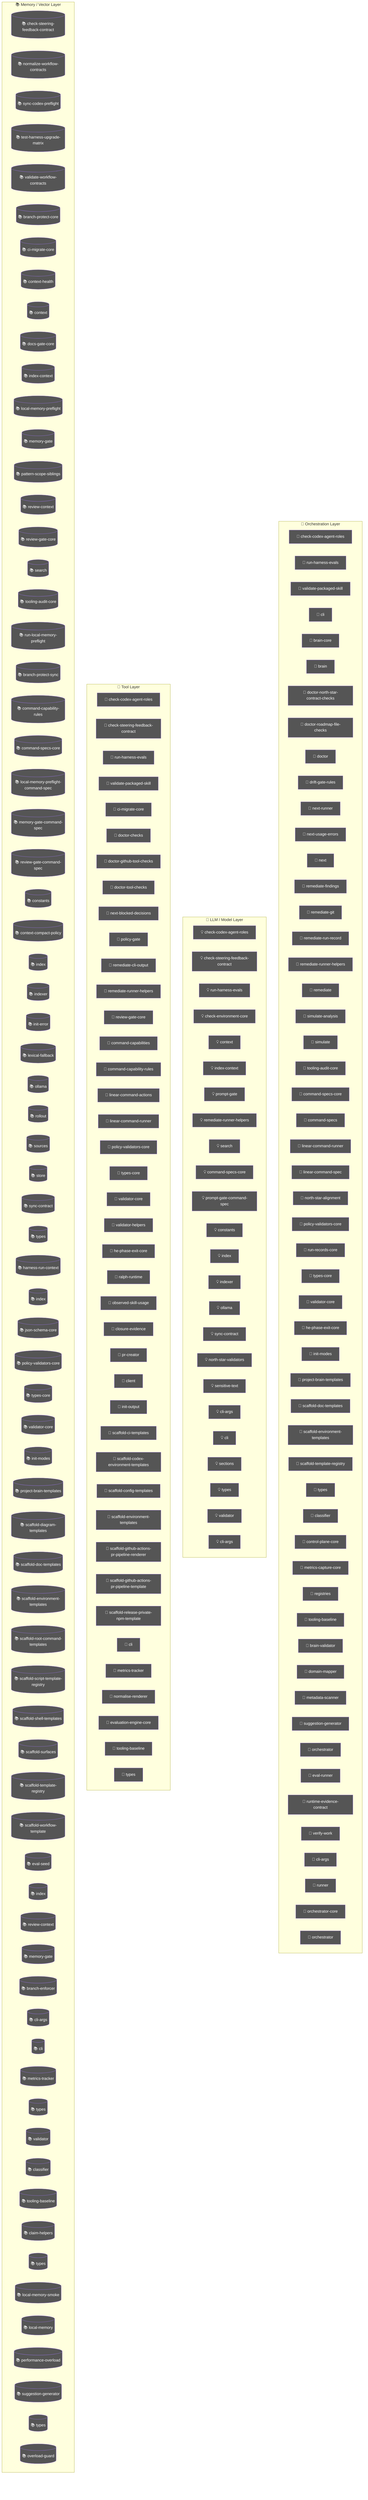
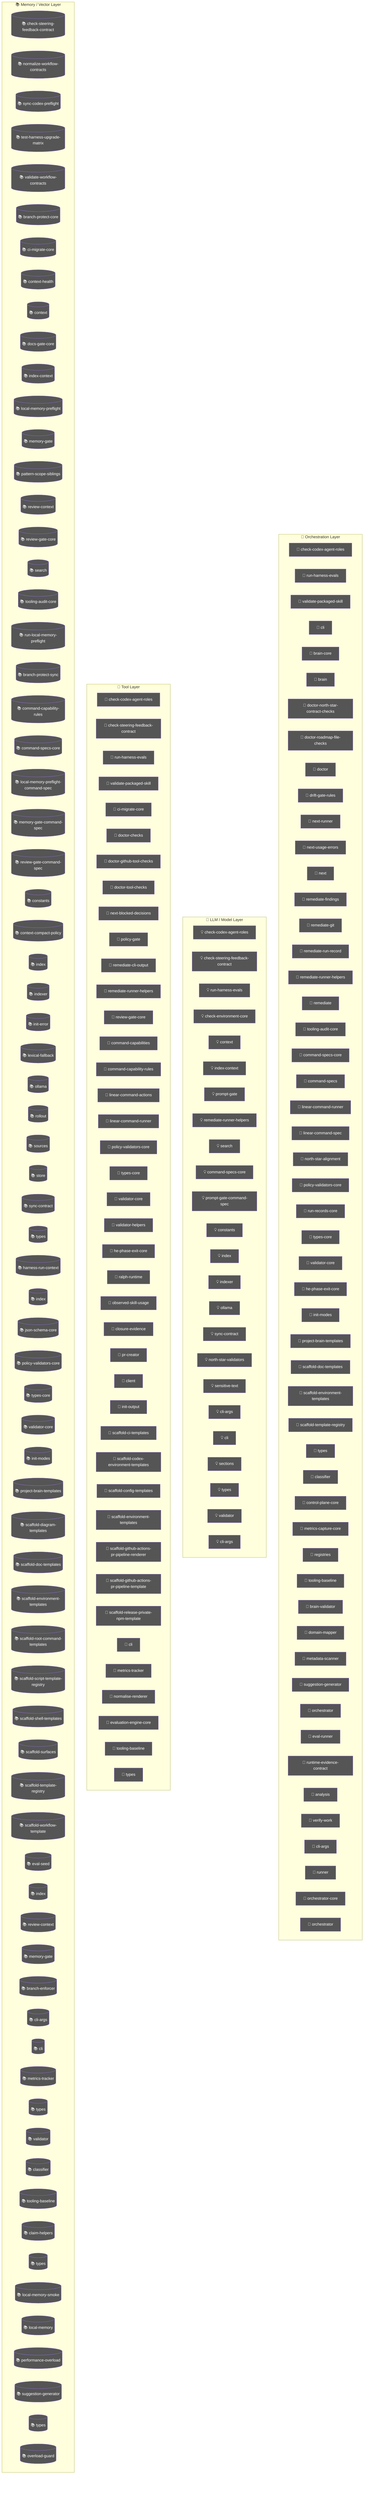
flowchart TD
  subgraph Orchestration["🎯 Orchestration Layer"]
    node_agent_mmd_orchestration_layer_orchestration_chec_7a9f0b64["🤖 check-codex-agent-roles"]
    node_agent_mmd_orchestration_layer_orchestration_run__18817957["🤖 run-harness-evals"]
    node_agent_mmd_orchestration_layer_orchestration_vali_c01b04be["🤖 validate-packaged-skill"]
    cli_99bb8840["🤖 cli"]
    brain_core_aa07c380["🤖 brain-core"]
    brain_bbbf7a64["🤖 brain"]
    doctor_north_star_contract_checks_0048124c["🤖 doctor-north-star-contract-checks"]
    doctor_roadmap_file_checks_14447b8e["🤖 doctor-roadmap-file-checks"]
    doctor_72f4be89["🤖 doctor"]
    drift_gate_rules_9685e72d["🤖 drift-gate-rules"]
    next_runner_41643472["🤖 next-runner"]
    next_usage_errors_837a345a["🤖 next-usage-errors"]
    next_c6c1c9a9["🤖 next"]
    remediate_findings_8b09c8c6["🤖 remediate-findings"]
    remediate_git_58c6f6f4["🤖 remediate-git"]
    remediate_run_record_9dfe5dc1["🤖 remediate-run-record"]
    node_agent_mmd_orchestration_layer_orchestration_reme_359fe98f["🤖 remediate-runner-helpers"]
    remediate_06b9c7fc["🤖 remediate"]
-     simulate_analysis_164a460c["🤖 simulate-analysis"]
-     simulate_b9efe395["🤖 simulate"]
    node_agent_mmd_orchestration_layer_orchestration_tool_acfe0c01["🤖 tooling-audit-core"]
    node_agent_mmd_orchestration_layer_orchestration_comm_1f8cc24c["🤖 command-specs-core"]
    command_specs_69167c63["🤖 command-specs"]
    node_agent_mmd_orchestration_layer_orchestration_line_b67affd5["🤖 linear-command-runner"]
    linear_command_spec_1e12dd44["🤖 linear-command-spec"]
    north_star_alignment_00440188["🤖 north-star-alignment"]
    node_agent_mmd_orchestration_layer_orchestration_poli_3270b55d["🤖 policy-validators-core"]
    run_records_core_89286dfa["🤖 run-records-core"]
    node_agent_mmd_orchestration_layer_orchestration_type_7cf81261["🤖 types-core"]
    node_agent_mmd_orchestration_layer_orchestration_vali_d9fe99e6["🤖 validator-core"]
    node_agent_mmd_orchestration_layer_orchestration_he_p_fc778c24["🤖 he-phase-exit-core"]
    node_agent_mmd_orchestration_layer_orchestration_init_2a9c3ecb["🤖 init-modes"]
    node_agent_mmd_orchestration_layer_orchestration_proj_6ab6f60f["🤖 project-brain-templates"]
    node_agent_mmd_orchestration_layer_orchestration_scaf_12cc07db["🤖 scaffold-doc-templates"]
    node_agent_mmd_orchestration_layer_orchestration_scaf_c9a90c2f["🤖 scaffold-environment-templates"]
    node_agent_mmd_orchestration_layer_orchestration_scaf_ff8f92f6["🤖 scaffold-template-registry"]
    types_9_1db4641f["🤖 types"]
    node_agent_mmd_orchestration_layer_orchestration_clas_899b821a["🤖 classifier"]
    control_plane_core_db3b4cb2["🤖 control-plane-core"]
    metrics_capture_core_db4bf7cf["🤖 metrics-capture-core"]
    registries_06402afa["🤖 registries"]
    node_agent_mmd_orchestration_layer_orchestration_tool_cc43149f["🤖 tooling-baseline"]
    brain_validator_be251832["🤖 brain-validator"]
    domain_mapper_cd9333d2["🤖 domain-mapper"]
    metadata_scanner_6a101b66["🤖 metadata-scanner"]
    node_agent_mmd_orchestration_layer_orchestration_sugg_85c5ebe3["🤖 suggestion-generator"]
    orchestrator_11376b7e["🤖 orchestrator"]
    eval_runner_0966a6b3["🤖 eval-runner"]
    runtime_evidence_contract_0f7b15b2["🤖 runtime-evidence-contract"]
+     analysis_f44e85c4["🤖 analysis"]
    verify_work_1_cd8e7ec3["🤖 verify-work"]
-     cli_args_9_9c136878["🤖 cli-args"]
+     cli_args_10_861cdd3f["🤖 cli-args"]
    runner_527aa9f4["🤖 runner"]
    orchestrator_core_d0678b53["🤖 orchestrator-core"]
    orchestrator_1_6b7137c5["🤖 orchestrator"]
  end
  subgraph LLMLayer["🧠 LLM / Model Layer"]
    node_agent_mmd_llm_model_layer_llmlayer_check_codex_a_29e7b7fa["💡 check-codex-agent-roles"]
    node_agent_mmd_llm_model_layer_llmlayer_check_steerin_a7dbbd2f["💡 check-steering-feedback-contract"]
    node_agent_mmd_llm_model_layer_llmlayer_run_harness_e_603fcfdc["💡 run-harness-evals"]
    check_environment_core_2c16213f["💡 check-environment-core"]
    node_agent_mmd_llm_model_layer_llmlayer_context_conte_ad2dfbd9["💡 context"]
    node_agent_mmd_llm_model_layer_llmlayer_index_context_1041bd11["💡 index-context"]
    prompt_gate_c5e9d207["💡 prompt-gate"]
    node_agent_mmd_llm_model_layer_llmlayer_remediate_run_9e3d4585["💡 remediate-runner-helpers"]
    node_agent_mmd_llm_model_layer_llmlayer_search_search_66b9a911["💡 search"]
    node_agent_mmd_llm_model_layer_llmlayer_command_specs_782af9fa["💡 command-specs-core"]
    prompt_gate_command_spec_9a941482["💡 prompt-gate-command-spec"]
    node_agent_mmd_llm_model_layer_llmlayer_constants_con_c9bd3f6c["💡 constants"]
    node_agent_mmd_llm_model_layer_llmlayer_index_index_1_02e160ff["💡 index"]
    node_agent_mmd_llm_model_layer_llmlayer_indexer_index_4f4deef5["💡 indexer"]
    node_agent_mmd_llm_model_layer_llmlayer_ollama_ollama_968b23fa["💡 ollama"]
    node_agent_mmd_llm_model_layer_llmlayer_sync_contract_9f3cc8c1["💡 sync-contract"]
    north_star_validators_cfc926ce["💡 north-star-validators"]
    sensitive_text_7c11f760["💡 sensitive-text"]
    cli_args_6_be6244ad["💡 cli-args"]
    cli_7_dc4a9f7f["💡 cli"]
    sections_4697ef32["💡 sections"]
    types_19_eb4ad5f0["💡 types"]
    validator_6_3688adbf["💡 validator"]
    cli_args_7_16dab031["💡 cli-args"]
  end
  subgraph ToolLayer["🔧 Tool Layer"]
    node_agent_mmd_tool_layer_toollayer_check_codex_agent_4b361d5a["🔧 check-codex-agent-roles"]
    node_agent_mmd_tool_layer_toollayer_check_steering_fe_84ed22c2["🔧 check-steering-feedback-contract"]
    node_agent_mmd_tool_layer_toollayer_run_harness_evals_e2ee24f1["🔧 run-harness-evals"]
    node_agent_mmd_tool_layer_toollayer_validate_packaged_f6ed6f12["🔧 validate-packaged-skill"]
    node_agent_mmd_tool_layer_toollayer_ci_migrate_core_c_049f8460["🔧 ci-migrate-core"]
    doctor_checks_5a2eb2b9["🔧 doctor-checks"]
    doctor_github_tool_checks_a53b0382["🔧 doctor-github-tool-checks"]
    doctor_tool_checks_4acac51a["🔧 doctor-tool-checks"]
    next_blocked_decisions_4140ad2b["🔧 next-blocked-decisions"]
    policy_gate_213f7313["🔧 policy-gate"]
    remediate_cli_output_cc165396["🔧 remediate-cli-output"]
    node_agent_mmd_tool_layer_toollayer_remediate_runner__c003b871["🔧 remediate-runner-helpers"]
    node_agent_mmd_tool_layer_toollayer_review_gate_core__7704598b["🔧 review-gate-core"]
    command_capabilities_a4d5c71e["🔧 command-capabilities"]
    node_agent_mmd_tool_layer_toollayer_command_capabilit_e97a4615["🔧 command-capability-rules"]
    linear_command_actions_e430f4f4["🔧 linear-command-actions"]
    node_agent_mmd_tool_layer_toollayer_linear_command_ru_d6763748["🔧 linear-command-runner"]
    node_agent_mmd_tool_layer_toollayer_policy_validators_af136abf["🔧 policy-validators-core"]
    node_agent_mmd_tool_layer_toollayer_types_core_types__6c8319b6["🔧 types-core"]
    node_agent_mmd_tool_layer_toollayer_validator_core_va_6ef6131f["🔧 validator-core"]
    validator_helpers_7b927667["🔧 validator-helpers"]
    node_agent_mmd_tool_layer_toollayer_he_phase_exit_cor_af016160["🔧 he-phase-exit-core"]
    ralph_runtime_73d63c0e["🔧 ralph-runtime"]
    observed_skill_usage_ed7d5930["🔧 observed-skill-usage"]
    closure_evidence_aaa31467["🔧 closure-evidence"]
    pr_creator_dc6b1ea4["🔧 pr-creator"]
    client_948fe603["🔧 client"]
    init_output_360dce91["🔧 init-output"]
    scaffold_ci_templates_2afd6392["🔧 scaffold-ci-templates"]
    scaffold_codex_environment_templates_334fbbed["🔧 scaffold-codex-environment-templates"]
    scaffold_config_templates_4b80ce53["🔧 scaffold-config-templates"]
    node_agent_mmd_tool_layer_toollayer_scaffold_environm_c1afc013["🔧 scaffold-environment-templates"]
    scaffold_github_actions_pr_pipeline_renderer_1ee18de5["🔧 scaffold-github-actions-pr-pipeline-renderer"]
    scaffold_github_actions_pr_pipeline_template_e2b85f62["🔧 scaffold-github-actions-pr-pipeline-template"]
    scaffold_release_private_npm_template_075499f8["🔧 scaffold-release-private-npm-template"]
    node_agent_mmd_tool_layer_toollayer_cli_cli_2_1_32d9eeaf["🔧 cli"]
    node_agent_mmd_tool_layer_toollayer_metrics_tracker_m_4c9237d8["🔧 metrics-tracker"]
    normalise_renderer_85f2e563["🔧 normalise-renderer"]
    evaluation_engine_core_e054fe49["🔧 evaluation-engine-core"]
    node_agent_mmd_tool_layer_toollayer_tooling_baseline__61e66e9f["🔧 tooling-baseline"]
    types_25_89d086aa["🔧 types"]
  end
  subgraph MemoryLayer["📚 Memory / Vector Layer"]
    node_agent_mmd_memory_vector_layer_memorylayer_check__d71f8993[("📚 check-steering-feedback-contract")]
    normalize_workflow_contracts_8701f1c8[("📚 normalize-workflow-contracts")]
    sync_codex_preflight_7e7a8dc2[("📚 sync-codex-preflight")]
    test_harness_upgrade_matrix_84113c4e[("📚 test-harness-upgrade-matrix")]
    validate_workflow_contracts_33dc063c[("📚 validate-workflow-contracts")]
    branch_protect_core_a8feb0fd[("📚 branch-protect-core")]
    node_agent_mmd_memory_vector_layer_memorylayer_ci_mig_0cd5b1a4[("📚 ci-migrate-core")]
    context_health_80bb7da9[("📚 context-health")]
    node_agent_mmd_memory_vector_layer_memorylayer_contex_78ceaaa9[("📚 context")]
    docs_gate_core_eb9b6c18[("📚 docs-gate-core")]
    node_agent_mmd_memory_vector_layer_memorylayer_index__6f3402d0[("📚 index-context")]
    local_memory_preflight_dcc36c42[("📚 local-memory-preflight")]
    memory_gate_a577a506[("📚 memory-gate")]
    pattern_scope_siblings_43abe000[("📚 pattern-scope-siblings")]
    review_context_ca6cf81d[("📚 review-context")]
    node_agent_mmd_memory_vector_layer_memorylayer_review_5bee9816[("📚 review-gate-core")]
    node_agent_mmd_memory_vector_layer_memorylayer_search_ac35cb7e[("📚 search")]
    node_agent_mmd_memory_vector_layer_memorylayer_toolin_a1185b8f[("📚 tooling-audit-core")]
    run_local_memory_preflight_36e92808[("📚 run-local-memory-preflight")]
    branch_protect_sync_570adb18[("📚 branch-protect-sync")]
    node_agent_mmd_memory_vector_layer_memorylayer_comman_c72a5d05[("📚 command-capability-rules")]
    node_agent_mmd_memory_vector_layer_memorylayer_comman_111eb454[("📚 command-specs-core")]
    local_memory_preflight_command_spec_9e23f3ce[("📚 local-memory-preflight-command-spec")]
    memory_gate_command_spec_dc9001a9[("📚 memory-gate-command-spec")]
    review_gate_command_spec_3187376a[("📚 review-gate-command-spec")]
    node_agent_mmd_memory_vector_layer_memorylayer_consta_702d3f46[("📚 constants")]
    context_compact_policy_3dcaf95d[("📚 context-compact-policy")]
    node_agent_mmd_memory_vector_layer_memorylayer_index__752bc61e[("📚 index")]
    node_agent_mmd_memory_vector_layer_memorylayer_indexe_93e6d86f[("📚 indexer")]
    init_error_5c7dd49f[("📚 init-error")]
    lexical_fallback_723e2b3e[("📚 lexical-fallback")]
    node_agent_mmd_memory_vector_layer_memorylayer_ollama_6d51be16[("📚 ollama")]
    rollout_a4fa034c[("📚 rollout")]
    sources_878a52fc[("📚 sources")]
    store_824d80d7[("📚 store")]
    node_agent_mmd_memory_vector_layer_memorylayer_sync_c_e43418bc[("📚 sync-contract")]
    types_4_822d0f88[("📚 types")]
    harness_run_context_ac7c77a9[("📚 harness-run-context")]
    index_1_faebc14e[("📚 index")]
    json_schema_core_96d7e328[("📚 json-schema-core")]
    node_agent_mmd_memory_vector_layer_memorylayer_policy_1944de42[("📚 policy-validators-core")]
    node_agent_mmd_memory_vector_layer_memorylayer_types__83f369fa[("📚 types-core")]
    node_agent_mmd_memory_vector_layer_memorylayer_valida_41034356[("📚 validator-core")]
    node_agent_mmd_memory_vector_layer_memorylayer_init_m_333d02c5[("📚 init-modes")]
    node_agent_mmd_memory_vector_layer_memorylayer_projec_3ae304d9[("📚 project-brain-templates")]
    scaffold_diagram_templates_dd88e83c[("📚 scaffold-diagram-templates")]
    node_agent_mmd_memory_vector_layer_memorylayer_scaffo_5fd73b94[("📚 scaffold-doc-templates")]
    node_agent_mmd_memory_vector_layer_memorylayer_scaffo_12b42341[("📚 scaffold-environment-templates")]
    scaffold_root_command_templates_404fed7f[("📚 scaffold-root-command-templates")]
    scaffold_script_template_registry_69312d4e[("📚 scaffold-script-template-registry")]
    scaffold_shell_templates_0ad0f915[("📚 scaffold-shell-templates")]
    scaffold_surfaces_12d6494e[("📚 scaffold-surfaces")]
    node_agent_mmd_memory_vector_layer_memorylayer_scaffo_a86eece1[("📚 scaffold-template-registry")]
    scaffold_workflow_template_92310587[("📚 scaffold-workflow-template")]
    eval_seed_5699fd3e[("📚 eval-seed")]
    index_4_013aa0e3[("📚 index")]
    review_context_1_e3afed15[("📚 review-context")]
    memory_gate_1_265164ac[("📚 memory-gate")]
    branch_enforcer_acb749cd[("📚 branch-enforcer")]
    cli_args_3_371ad1f3[("📚 cli-args")]
    node_agent_mmd_memory_vector_layer_memorylayer_cli_cl_1f1f89ab[("📚 cli")]
    node_agent_mmd_memory_vector_layer_memorylayer_metric_12562178[("📚 metrics-tracker")]
    types_11_4be3ee64[("📚 types")]
    validator_4_5180cf23[("📚 validator")]
    node_agent_mmd_memory_vector_layer_memorylayer_classi_1ebbf5ff[("📚 classifier")]
    node_agent_mmd_memory_vector_layer_memorylayer_toolin_14f86b00[("📚 tooling-baseline")]
    claim_helpers_20dc8387[("📚 claim-helpers")]
    types_16_0fae1112[("📚 types")]
    local_memory_smoke_1175abfc[("📚 local-memory-smoke")]
    local_memory_0db17ecc[("📚 local-memory")]
    performance_overload_c685bfcf[("📚 performance-overload")]
    node_agent_mmd_memory_vector_layer_memorylayer_sugges_267f408d[("📚 suggestion-generator")]
    types_23_4352ee2e[("📚 types")]
    overload_guard_2748c559[("📚 overload-guard")]
  end
  classDef agentNode fill:#555,color:#fff
-   class node_agent_mmd_orchestration_layer_orchestration_chec_7a9f0b64,node_agent_mmd_llm_model_layer_llmlayer_check_codex_a_29e7b7fa,node_agent_mmd_tool_layer_toollayer_check_codex_agent_4b361d5a,node_agent_mmd_orchestration_layer_orchestration_run__18817957,node_agent_mmd_llm_model_layer_llmlayer_run_harness_e_603fcfdc,node_agent_mmd_tool_layer_toollayer_run_harness_evals_e2ee24f1,node_agent_mmd_orchestration_layer_orchestration_vali_c01b04be,node_agent_mmd_tool_layer_toollayer_validate_packaged_f6ed6f12,cli_99bb8840,brain_core_aa07c380,brain_bbbf7a64,doctor_north_star_contract_checks_0048124c,doctor_roadmap_file_checks_14447b8e,doctor_72f4be89,drift_gate_rules_9685e72d,next_runner_41643472,next_usage_errors_837a345a,next_c6c1c9a9,remediate_findings_8b09c8c6,remediate_git_58c6f6f4,remediate_run_record_9dfe5dc1,node_agent_mmd_orchestration_layer_orchestration_reme_359fe98f,node_agent_mmd_llm_model_layer_llmlayer_remediate_run_9e3d4585,node_agent_mmd_tool_layer_toollayer_remediate_runner__c003b871,remediate_06b9c7fc,simulate_analysis_164a460c,simulate_b9efe395,node_agent_mmd_orchestration_layer_orchestration_tool_acfe0c01,node_agent_mmd_memory_vector_layer_memorylayer_toolin_a1185b8f,node_agent_mmd_orchestration_layer_orchestration_comm_1f8cc24c,node_agent_mmd_llm_model_layer_llmlayer_command_specs_782af9fa,node_agent_mmd_memory_vector_layer_memorylayer_comman_111eb454,command_specs_69167c63,node_agent_mmd_orchestration_layer_orchestration_line_b67affd5,node_agent_mmd_tool_layer_toollayer_linear_command_ru_d6763748,linear_command_spec_1e12dd44,north_star_alignment_00440188,node_agent_mmd_orchestration_layer_orchestration_poli_3270b55d,node_agent_mmd_tool_layer_toollayer_policy_validators_af136abf,node_agent_mmd_memory_vector_layer_memorylayer_policy_1944de42,run_records_core_89286dfa,node_agent_mmd_orchestration_layer_orchestration_type_7cf81261,node_agent_mmd_tool_layer_toollayer_types_core_types__6c8319b6,node_agent_mmd_memory_vector_layer_memorylayer_types__83f369fa,node_agent_mmd_orchestration_layer_orchestration_vali_d9fe99e6,node_agent_mmd_tool_layer_toollayer_validator_core_va_6ef6131f,node_agent_mmd_memory_vector_layer_memorylayer_valida_41034356,node_agent_mmd_orchestration_layer_orchestration_he_p_fc778c24,node_agent_mmd_tool_layer_toollayer_he_phase_exit_cor_af016160,node_agent_mmd_orchestration_layer_orchestration_init_2a9c3ecb,node_agent_mmd_memory_vector_layer_memorylayer_init_m_333d02c5,node_agent_mmd_orchestration_layer_orchestration_proj_6ab6f60f,node_agent_mmd_memory_vector_layer_memorylayer_projec_3ae304d9,node_agent_mmd_orchestration_layer_orchestration_scaf_12cc07db,node_agent_mmd_memory_vector_layer_memorylayer_scaffo_5fd73b94,node_agent_mmd_orchestration_layer_orchestration_scaf_c9a90c2f,node_agent_mmd_tool_layer_toollayer_scaffold_environm_c1afc013,node_agent_mmd_memory_vector_layer_memorylayer_scaffo_12b42341,node_agent_mmd_orchestration_layer_orchestration_scaf_ff8f92f6,node_agent_mmd_memory_vector_layer_memorylayer_scaffo_a86eece1,types_9_1db4641f,node_agent_mmd_orchestration_layer_orchestration_clas_899b821a,node_agent_mmd_memory_vector_layer_memorylayer_classi_1ebbf5ff,control_plane_core_db3b4cb2,metrics_capture_core_db4bf7cf,registries_06402afa,node_agent_mmd_orchestration_layer_orchestration_tool_cc43149f,node_agent_mmd_tool_layer_toollayer_tooling_baseline__61e66e9f,node_agent_mmd_memory_vector_layer_memorylayer_toolin_14f86b00,brain_validator_be251832,domain_mapper_cd9333d2,metadata_scanner_6a101b66,node_agent_mmd_orchestration_layer_orchestration_sugg_85c5ebe3,node_agent_mmd_memory_vector_layer_memorylayer_sugges_267f408d,orchestrator_11376b7e,eval_runner_0966a6b3,runtime_evidence_contract_0f7b15b2,verify_work_1_cd8e7ec3,cli_args_9_9c136878,runner_527aa9f4,orchestrator_core_d0678b53,orchestrator_1_6b7137c5 agentNode
+   class node_agent_mmd_orchestration_layer_orchestration_chec_7a9f0b64,node_agent_mmd_llm_model_layer_llmlayer_check_codex_a_29e7b7fa,node_agent_mmd_tool_layer_toollayer_check_codex_agent_4b361d5a,node_agent_mmd_orchestration_layer_orchestration_run__18817957,node_agent_mmd_llm_model_layer_llmlayer_run_harness_e_603fcfdc,node_agent_mmd_tool_layer_toollayer_run_harness_evals_e2ee24f1,node_agent_mmd_orchestration_layer_orchestration_vali_c01b04be,node_agent_mmd_tool_layer_toollayer_validate_packaged_f6ed6f12,cli_99bb8840,brain_core_aa07c380,brain_bbbf7a64,doctor_north_star_contract_checks_0048124c,doctor_roadmap_file_checks_14447b8e,doctor_72f4be89,drift_gate_rules_9685e72d,next_runner_41643472,next_usage_errors_837a345a,next_c6c1c9a9,remediate_findings_8b09c8c6,remediate_git_58c6f6f4,remediate_run_record_9dfe5dc1,node_agent_mmd_orchestration_layer_orchestration_reme_359fe98f,node_agent_mmd_llm_model_layer_llmlayer_remediate_run_9e3d4585,node_agent_mmd_tool_layer_toollayer_remediate_runner__c003b871,remediate_06b9c7fc,node_agent_mmd_orchestration_layer_orchestration_tool_acfe0c01,node_agent_mmd_memory_vector_layer_memorylayer_toolin_a1185b8f,node_agent_mmd_orchestration_layer_orchestration_comm_1f8cc24c,node_agent_mmd_llm_model_layer_llmlayer_command_specs_782af9fa,node_agent_mmd_memory_vector_layer_memorylayer_comman_111eb454,command_specs_69167c63,node_agent_mmd_orchestration_layer_orchestration_line_b67affd5,node_agent_mmd_tool_layer_toollayer_linear_command_ru_d6763748,linear_command_spec_1e12dd44,north_star_alignment_00440188,node_agent_mmd_orchestration_layer_orchestration_poli_3270b55d,node_agent_mmd_tool_layer_toollayer_policy_validators_af136abf,node_agent_mmd_memory_vector_layer_memorylayer_policy_1944de42,run_records_core_89286dfa,node_agent_mmd_orchestration_layer_orchestration_type_7cf81261,node_agent_mmd_tool_layer_toollayer_types_core_types__6c8319b6,node_agent_mmd_memory_vector_layer_memorylayer_types__83f369fa,node_agent_mmd_orchestration_layer_orchestration_vali_d9fe99e6,node_agent_mmd_tool_layer_toollayer_validator_core_va_6ef6131f,node_agent_mmd_memory_vector_layer_memorylayer_valida_41034356,node_agent_mmd_orchestration_layer_orchestration_he_p_fc778c24,node_agent_mmd_tool_layer_toollayer_he_phase_exit_cor_af016160,node_agent_mmd_orchestration_layer_orchestration_init_2a9c3ecb,node_agent_mmd_memory_vector_layer_memorylayer_init_m_333d02c5,node_agent_mmd_orchestration_layer_orchestration_proj_6ab6f60f,node_agent_mmd_memory_vector_layer_memorylayer_projec_3ae304d9,node_agent_mmd_orchestration_layer_orchestration_scaf_12cc07db,node_agent_mmd_memory_vector_layer_memorylayer_scaffo_5fd73b94,node_agent_mmd_orchestration_layer_orchestration_scaf_c9a90c2f,node_agent_mmd_tool_layer_toollayer_scaffold_environm_c1afc013,node_agent_mmd_memory_vector_layer_memorylayer_scaffo_12b42341,node_agent_mmd_orchestration_layer_orchestration_scaf_ff8f92f6,node_agent_mmd_memory_vector_layer_memorylayer_scaffo_a86eece1,types_9_1db4641f,node_agent_mmd_orchestration_layer_orchestration_clas_899b821a,node_agent_mmd_memory_vector_layer_memorylayer_classi_1ebbf5ff,control_plane_core_db3b4cb2,metrics_capture_core_db4bf7cf,registries_06402afa,node_agent_mmd_orchestration_layer_orchestration_tool_cc43149f,node_agent_mmd_tool_layer_toollayer_tooling_baseline__61e66e9f,node_agent_mmd_memory_vector_layer_memorylayer_toolin_14f86b00,brain_validator_be251832,domain_mapper_cd9333d2,metadata_scanner_6a101b66,node_agent_mmd_orchestration_layer_orchestration_sugg_85c5ebe3,node_agent_mmd_memory_vector_layer_memorylayer_sugges_267f408d,orchestrator_11376b7e,eval_runner_0966a6b3,runtime_evidence_contract_0f7b15b2,analysis_f44e85c4,verify_work_1_cd8e7ec3,cli_args_10_861cdd3f,runner_527aa9f4,orchestrator_core_d0678b53,orchestrator_1_6b7137c5 agentNode
  classDef llmNode fill:#555,color:#fff
  class node_agent_mmd_orchestration_layer_orchestration_chec_7a9f0b64,node_agent_mmd_llm_model_layer_llmlayer_check_codex_a_29e7b7fa,node_agent_mmd_tool_layer_toollayer_check_codex_agent_4b361d5a,node_agent_mmd_llm_model_layer_llmlayer_check_steerin_a7dbbd2f,node_agent_mmd_tool_layer_toollayer_check_steering_fe_84ed22c2,node_agent_mmd_memory_vector_layer_memorylayer_check__d71f8993,node_agent_mmd_orchestration_layer_orchestration_run__18817957,node_agent_mmd_llm_model_layer_llmlayer_run_harness_e_603fcfdc,node_agent_mmd_tool_layer_toollayer_run_harness_evals_e2ee24f1,check_environment_core_2c16213f,node_agent_mmd_llm_model_layer_llmlayer_context_conte_ad2dfbd9,node_agent_mmd_memory_vector_layer_memorylayer_contex_78ceaaa9,node_agent_mmd_llm_model_layer_llmlayer_index_context_1041bd11,node_agent_mmd_memory_vector_layer_memorylayer_index__6f3402d0,prompt_gate_c5e9d207,node_agent_mmd_orchestration_layer_orchestration_reme_359fe98f,node_agent_mmd_llm_model_layer_llmlayer_remediate_run_9e3d4585,node_agent_mmd_tool_layer_toollayer_remediate_runner__c003b871,node_agent_mmd_llm_model_layer_llmlayer_search_search_66b9a911,node_agent_mmd_memory_vector_layer_memorylayer_search_ac35cb7e,node_agent_mmd_orchestration_layer_orchestration_comm_1f8cc24c,node_agent_mmd_llm_model_layer_llmlayer_command_specs_782af9fa,node_agent_mmd_memory_vector_layer_memorylayer_comman_111eb454,prompt_gate_command_spec_9a941482,node_agent_mmd_llm_model_layer_llmlayer_constants_con_c9bd3f6c,node_agent_mmd_memory_vector_layer_memorylayer_consta_702d3f46,node_agent_mmd_llm_model_layer_llmlayer_index_index_1_02e160ff,node_agent_mmd_memory_vector_layer_memorylayer_index__752bc61e,node_agent_mmd_llm_model_layer_llmlayer_indexer_index_4f4deef5,node_agent_mmd_memory_vector_layer_memorylayer_indexe_93e6d86f,node_agent_mmd_llm_model_layer_llmlayer_ollama_ollama_968b23fa,node_agent_mmd_memory_vector_layer_memorylayer_ollama_6d51be16,node_agent_mmd_llm_model_layer_llmlayer_sync_contract_9f3cc8c1,node_agent_mmd_memory_vector_layer_memorylayer_sync_c_e43418bc,north_star_validators_cfc926ce,sensitive_text_7c11f760,cli_args_6_be6244ad,cli_7_dc4a9f7f,sections_4697ef32,types_19_eb4ad5f0,validator_6_3688adbf,cli_args_7_16dab031 llmNode
  classDef toolNode fill:#555,color:#fff
  class node_agent_mmd_orchestration_layer_orchestration_chec_7a9f0b64,node_agent_mmd_llm_model_layer_llmlayer_check_codex_a_29e7b7fa,node_agent_mmd_tool_layer_toollayer_check_codex_agent_4b361d5a,node_agent_mmd_llm_model_layer_llmlayer_check_steerin_a7dbbd2f,node_agent_mmd_tool_layer_toollayer_check_steering_fe_84ed22c2,node_agent_mmd_memory_vector_layer_memorylayer_check__d71f8993,node_agent_mmd_orchestration_layer_orchestration_run__18817957,node_agent_mmd_llm_model_layer_llmlayer_run_harness_e_603fcfdc,node_agent_mmd_tool_layer_toollayer_run_harness_evals_e2ee24f1,node_agent_mmd_orchestration_layer_orchestration_vali_c01b04be,node_agent_mmd_tool_layer_toollayer_validate_packaged_f6ed6f12,node_agent_mmd_tool_layer_toollayer_ci_migrate_core_c_049f8460,node_agent_mmd_memory_vector_layer_memorylayer_ci_mig_0cd5b1a4,doctor_checks_5a2eb2b9,doctor_github_tool_checks_a53b0382,doctor_tool_checks_4acac51a,next_blocked_decisions_4140ad2b,policy_gate_213f7313,remediate_cli_output_cc165396,node_agent_mmd_orchestration_layer_orchestration_reme_359fe98f,node_agent_mmd_llm_model_layer_llmlayer_remediate_run_9e3d4585,node_agent_mmd_tool_layer_toollayer_remediate_runner__c003b871,node_agent_mmd_tool_layer_toollayer_review_gate_core__7704598b,node_agent_mmd_memory_vector_layer_memorylayer_review_5bee9816,command_capabilities_a4d5c71e,node_agent_mmd_tool_layer_toollayer_command_capabilit_e97a4615,node_agent_mmd_memory_vector_layer_memorylayer_comman_c72a5d05,linear_command_actions_e430f4f4,node_agent_mmd_orchestration_layer_orchestration_line_b67affd5,node_agent_mmd_tool_layer_toollayer_linear_command_ru_d6763748,node_agent_mmd_orchestration_layer_orchestration_poli_3270b55d,node_agent_mmd_tool_layer_toollayer_policy_validators_af136abf,node_agent_mmd_memory_vector_layer_memorylayer_policy_1944de42,node_agent_mmd_orchestration_layer_orchestration_type_7cf81261,node_agent_mmd_tool_layer_toollayer_types_core_types__6c8319b6,node_agent_mmd_memory_vector_layer_memorylayer_types__83f369fa,node_agent_mmd_orchestration_layer_orchestration_vali_d9fe99e6,node_agent_mmd_tool_layer_toollayer_validator_core_va_6ef6131f,node_agent_mmd_memory_vector_layer_memorylayer_valida_41034356,validator_helpers_7b927667,node_agent_mmd_orchestration_layer_orchestration_he_p_fc778c24,node_agent_mmd_tool_layer_toollayer_he_phase_exit_cor_af016160,ralph_runtime_73d63c0e,observed_skill_usage_ed7d5930,closure_evidence_aaa31467,pr_creator_dc6b1ea4,client_948fe603,init_output_360dce91,scaffold_ci_templates_2afd6392,scaffold_codex_environment_templates_334fbbed,scaffold_config_templates_4b80ce53,node_agent_mmd_orchestration_layer_orchestration_scaf_c9a90c2f,node_agent_mmd_tool_layer_toollayer_scaffold_environm_c1afc013,node_agent_mmd_memory_vector_layer_memorylayer_scaffo_12b42341,scaffold_github_actions_pr_pipeline_renderer_1ee18de5,scaffold_github_actions_pr_pipeline_template_e2b85f62,scaffold_release_private_npm_template_075499f8,node_agent_mmd_tool_layer_toollayer_cli_cli_2_1_32d9eeaf,node_agent_mmd_memory_vector_layer_memorylayer_cli_cl_1f1f89ab,node_agent_mmd_tool_layer_toollayer_metrics_tracker_m_4c9237d8,node_agent_mmd_memory_vector_layer_memorylayer_metric_12562178,normalise_renderer_85f2e563,evaluation_engine_core_e054fe49,node_agent_mmd_orchestration_layer_orchestration_tool_cc43149f,node_agent_mmd_tool_layer_toollayer_tooling_baseline__61e66e9f,node_agent_mmd_memory_vector_layer_memorylayer_toolin_14f86b00,types_25_89d086aa toolNode
  classDef memNode fill:#555,color:#fff
  class node_agent_mmd_llm_model_layer_llmlayer_check_steerin_a7dbbd2f,node_agent_mmd_tool_layer_toollayer_check_steering_fe_84ed22c2,node_agent_mmd_memory_vector_layer_memorylayer_check__d71f8993,normalize_workflow_contracts_8701f1c8,sync_codex_preflight_7e7a8dc2,test_harness_upgrade_matrix_84113c4e,validate_workflow_contracts_33dc063c,branch_protect_core_a8feb0fd,node_agent_mmd_tool_layer_toollayer_ci_migrate_core_c_049f8460,node_agent_mmd_memory_vector_layer_memorylayer_ci_mig_0cd5b1a4,context_health_80bb7da9,node_agent_mmd_llm_model_layer_llmlayer_context_conte_ad2dfbd9,node_agent_mmd_memory_vector_layer_memorylayer_contex_78ceaaa9,docs_gate_core_eb9b6c18,node_agent_mmd_llm_model_layer_llmlayer_index_context_1041bd11,node_agent_mmd_memory_vector_layer_memorylayer_index__6f3402d0,local_memory_preflight_dcc36c42,memory_gate_a577a506,pattern_scope_siblings_43abe000,review_context_ca6cf81d,node_agent_mmd_tool_layer_toollayer_review_gate_core__7704598b,node_agent_mmd_memory_vector_layer_memorylayer_review_5bee9816,node_agent_mmd_llm_model_layer_llmlayer_search_search_66b9a911,node_agent_mmd_memory_vector_layer_memorylayer_search_ac35cb7e,node_agent_mmd_orchestration_layer_orchestration_tool_acfe0c01,node_agent_mmd_memory_vector_layer_memorylayer_toolin_a1185b8f,run_local_memory_preflight_36e92808,branch_protect_sync_570adb18,node_agent_mmd_tool_layer_toollayer_command_capabilit_e97a4615,node_agent_mmd_memory_vector_layer_memorylayer_comman_c72a5d05,node_agent_mmd_orchestration_layer_orchestration_comm_1f8cc24c,node_agent_mmd_llm_model_layer_llmlayer_command_specs_782af9fa,node_agent_mmd_memory_vector_layer_memorylayer_comman_111eb454,local_memory_preflight_command_spec_9e23f3ce,memory_gate_command_spec_dc9001a9,review_gate_command_spec_3187376a,node_agent_mmd_llm_model_layer_llmlayer_constants_con_c9bd3f6c,node_agent_mmd_memory_vector_layer_memorylayer_consta_702d3f46,context_compact_policy_3dcaf95d,node_agent_mmd_llm_model_layer_llmlayer_index_index_1_02e160ff,node_agent_mmd_memory_vector_layer_memorylayer_index__752bc61e,node_agent_mmd_llm_model_layer_llmlayer_indexer_index_4f4deef5,node_agent_mmd_memory_vector_layer_memorylayer_indexe_93e6d86f,init_error_5c7dd49f,lexical_fallback_723e2b3e,node_agent_mmd_llm_model_layer_llmlayer_ollama_ollama_968b23fa,node_agent_mmd_memory_vector_layer_memorylayer_ollama_6d51be16,rollout_a4fa034c,sources_878a52fc,store_824d80d7,node_agent_mmd_llm_model_layer_llmlayer_sync_contract_9f3cc8c1,node_agent_mmd_memory_vector_layer_memorylayer_sync_c_e43418bc,types_4_822d0f88,harness_run_context_ac7c77a9,index_1_faebc14e,json_schema_core_96d7e328,node_agent_mmd_orchestration_layer_orchestration_poli_3270b55d,node_agent_mmd_tool_layer_toollayer_policy_validators_af136abf,node_agent_mmd_memory_vector_layer_memorylayer_policy_1944de42,node_agent_mmd_orchestration_layer_orchestration_type_7cf81261,node_agent_mmd_tool_layer_toollayer_types_core_types__6c8319b6,node_agent_mmd_memory_vector_layer_memorylayer_types__83f369fa,node_agent_mmd_orchestration_layer_orchestration_vali_d9fe99e6,node_agent_mmd_tool_layer_toollayer_validator_core_va_6ef6131f,node_agent_mmd_memory_vector_layer_memorylayer_valida_41034356,node_agent_mmd_orchestration_layer_orchestration_init_2a9c3ecb,node_agent_mmd_memory_vector_layer_memorylayer_init_m_333d02c5,node_agent_mmd_orchestration_layer_orchestration_proj_6ab6f60f,node_agent_mmd_memory_vector_layer_memorylayer_projec_3ae304d9,scaffold_diagram_templates_dd88e83c,node_agent_mmd_orchestration_layer_orchestration_scaf_12cc07db,node_agent_mmd_memory_vector_layer_memorylayer_scaffo_5fd73b94,node_agent_mmd_orchestration_layer_orchestration_scaf_c9a90c2f,node_agent_mmd_tool_layer_toollayer_scaffold_environm_c1afc013,node_agent_mmd_memory_vector_layer_memorylayer_scaffo_12b42341,scaffold_root_command_templates_404fed7f,scaffold_script_template_registry_69312d4e,scaffold_shell_templates_0ad0f915,scaffold_surfaces_12d6494e,node_agent_mmd_orchestration_layer_orchestration_scaf_ff8f92f6,node_agent_mmd_memory_vector_layer_memorylayer_scaffo_a86eece1,scaffold_workflow_template_92310587,eval_seed_5699fd3e,index_4_013aa0e3,review_context_1_e3afed15,memory_gate_1_265164ac,branch_enforcer_acb749cd,cli_args_3_371ad1f3,node_agent_mmd_tool_layer_toollayer_cli_cli_2_1_32d9eeaf,node_agent_mmd_memory_vector_layer_memorylayer_cli_cl_1f1f89ab,node_agent_mmd_tool_layer_toollayer_metrics_tracker_m_4c9237d8,node_agent_mmd_memory_vector_layer_memorylayer_metric_12562178,types_11_4be3ee64,validator_4_5180cf23,node_agent_mmd_orchestration_layer_orchestration_clas_899b821a,node_agent_mmd_memory_vector_layer_memorylayer_classi_1ebbf5ff,node_agent_mmd_orchestration_layer_orchestration_tool_cc43149f,node_agent_mmd_tool_layer_toollayer_tooling_baseline__61e66e9f,node_agent_mmd_memory_vector_layer_memorylayer_toolin_14f86b00,claim_helpers_20dc8387,types_16_0fae1112,local_memory_smoke_1175abfc,local_memory_0db17ecc,performance_overload_c685bfcf,node_agent_mmd_orchestration_layer_orchestration_sugg_85c5ebe3,node_agent_mmd_memory_vector_layer_memorylayer_sugges_267f408d,types_23_4352ee2e,overload_guard_2748c559 memNode
